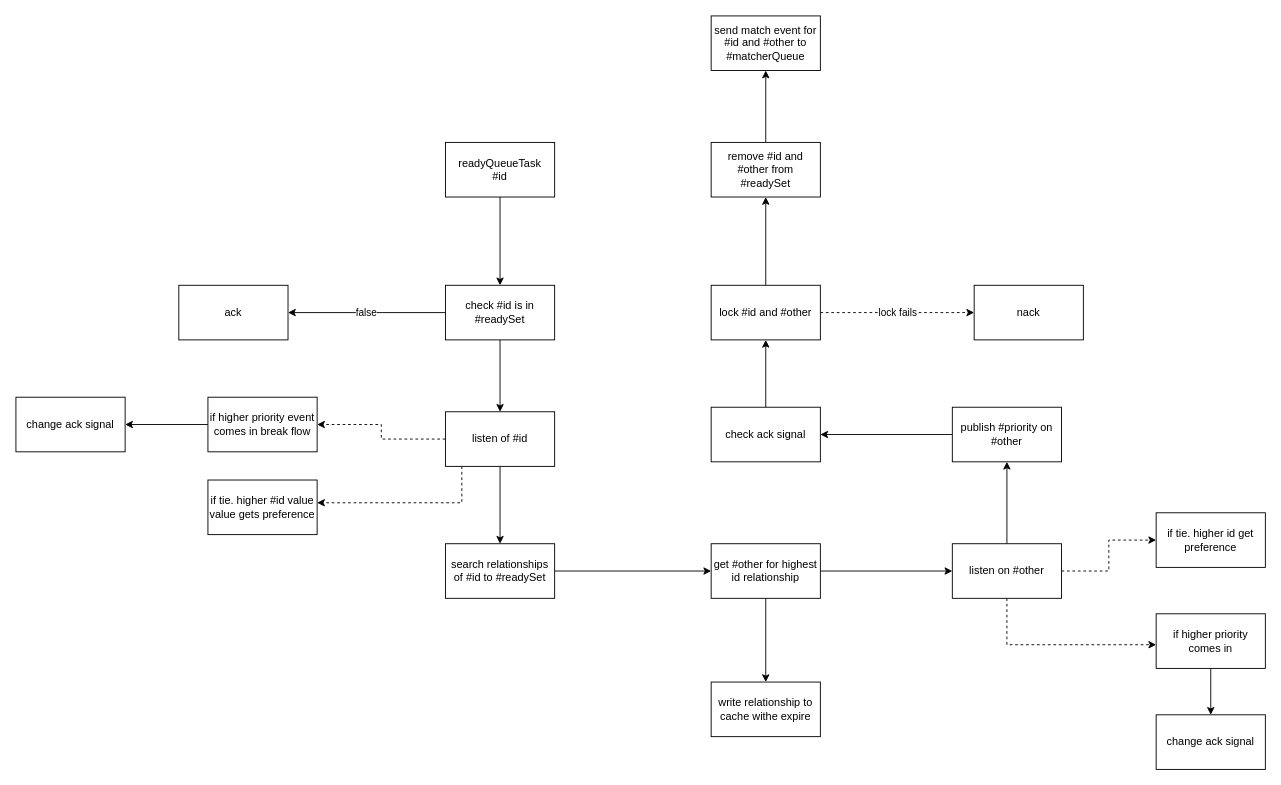
The draw.io diagram matchmaker/matchmaker-flow.drawio in andrew-delph/cloud-video-call, before the edit. Source tidied: cells renumbered, new cells numbered last; positions are measured from the earlier drawing's top-left corner, leaving out a move shared by most shapes. Both pictures are drawn from the tidied source at 91%, with x=0, y=0 at pixel (15, 15).
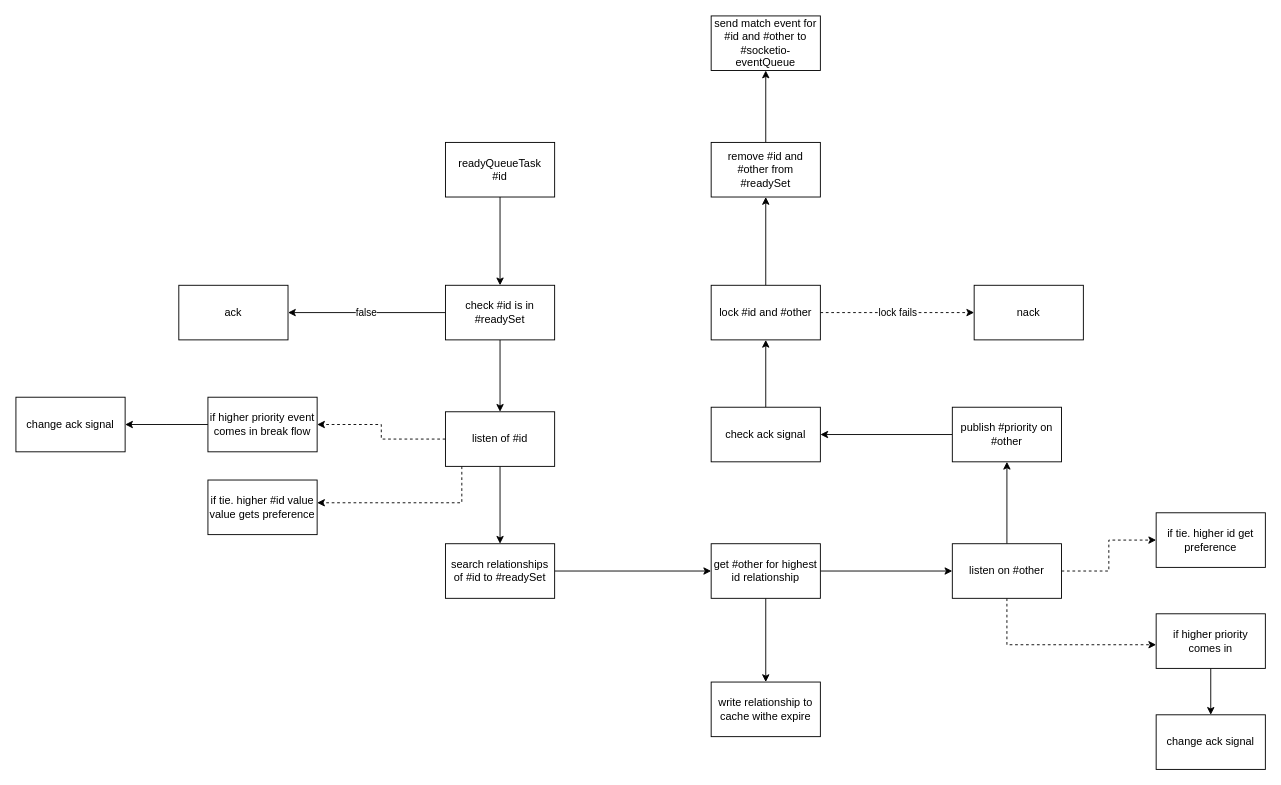
After the change.

Diff of the diagram source:
```diff
@@
-    <mxCell id="22" value="send match event for #id and #other to #matcherQueue" style="rounded=0;whiteSpace=wrap;html=1;" parent="1" vertex="1">
+    <mxCell id="22" value="send match event for #id and #other to #socketio-eventQueue" style="rounded=0;whiteSpace=wrap;html=1;" parent="1" vertex="1">
       <mxGeometry x="764" width="120" height="60" as="geometry" />
     </mxCell>
```
